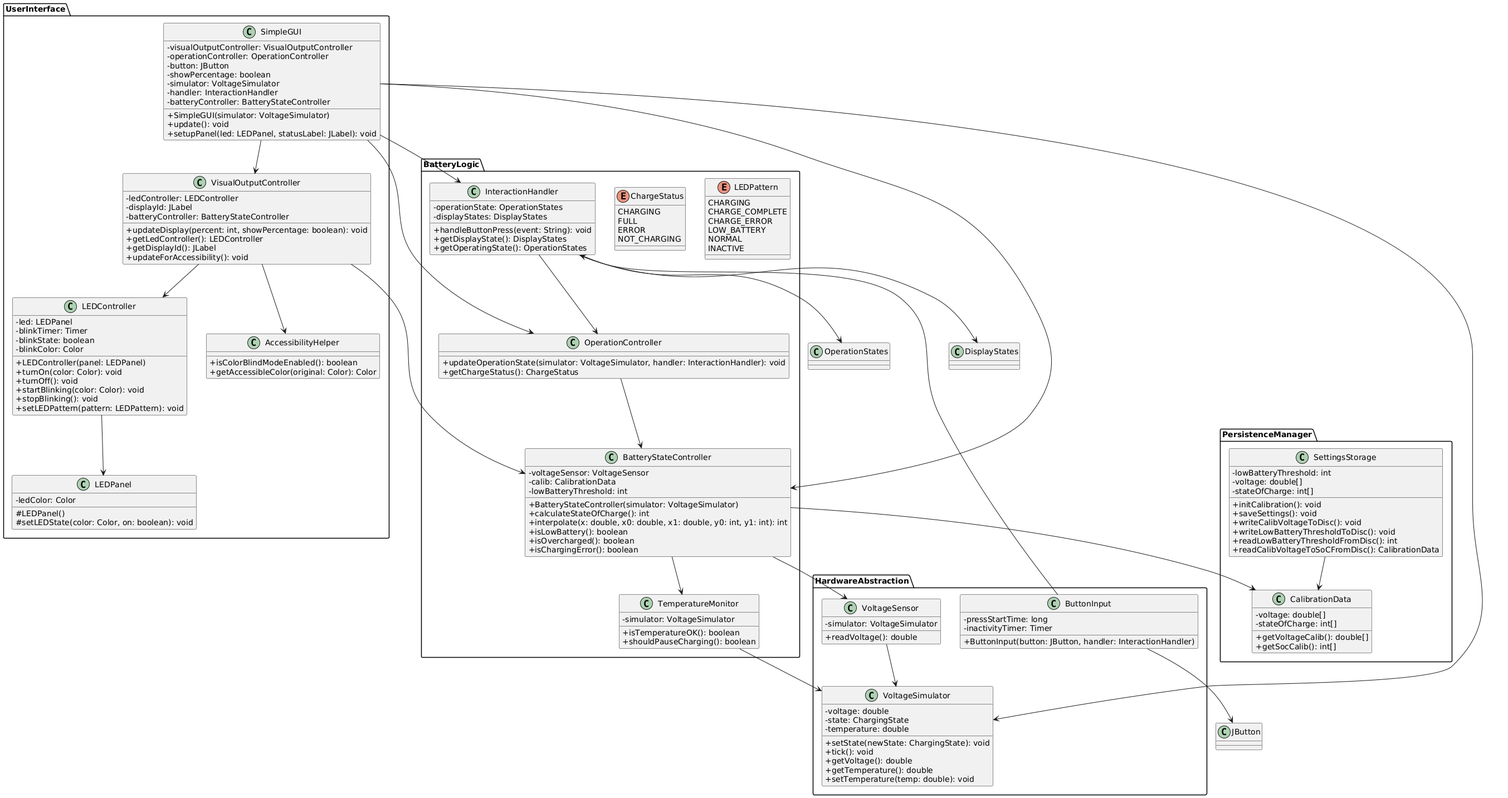
Above: docs/referenziert/Design/Klassendiagramm_2.png in Arutogerudo/Batteriestandskontrolle_Rasierer (PlantUML), before the change. Its diagram source:
```plantuml
@startuml
skinparam classAttributeIconSize 0

package UserInterface {
  class VisualOutputController {
    - ledController: LEDController
    - displayId: JLabel
    - batteryController: BatteryStateController
    + updateDisplay(percent: int, showPercentage: boolean): void
    + getLedController(): LEDController
    + getDisplayId(): JLabel
    + updateForAccessibility(): void
  }

  class LEDController {
    - led: LEDPanel
    - blinkTimer: Timer
    - blinkState: boolean
    - blinkColor: Color
    + LEDController(panel: LEDPanel)
    + turnOn(color: Color): void
    + turnOff(): void
    + startBlinking(color: Color): void
    + stopBlinking(): void
    + setLEDPattern(pattern: LEDPattern): void
  }

  class LEDPanel {
    - ledColor: Color
    # LEDPanel()
    # setLEDState(color: Color, on: boolean): void
  }

  class SimpleGUI {
    - visualOutputController: VisualOutputController
    - operationController: OperationController
    - button: JButton
    - showPercentage: boolean
    - simulator: VoltageSimulator
    - handler: InteractionHandler
    - batteryController: BatteryStateController
    + SimpleGUI(simulator: VoltageSimulator)
    + update(): void
    + setupPanel(led: LEDPanel, statusLabel: JLabel): void
  }

  class AccessibilityHelper {
    + isColorBlindModeEnabled(): boolean
    + getAccessibleColor(original: Color): Color
  }
}

package BatteryLogic {
  class InteractionHandler {
    - operationState: OperationStates
    - displayStates: DisplayStates
    + handleButtonPress(event: String): void
    + getDisplayState(): DisplayStates
    + getOperatingState(): OperationStates
  }

  class OperationController {
    + updateOperationState(simulator: VoltageSimulator, handler: InteractionHandler): void
    + getChargeStatus(): ChargeStatus
  }

  class BatteryStateController {
    - voltageSensor: VoltageSensor
    - calib: CalibrationData
    - lowBatteryThreshold: int
    + BatteryStateController(simulator: VoltageSimulator)
    + calculateStateOfCharge(): int
    + interpolate(x: double, x0: double, x1: double, y0: int, y1: int): int
    + isLowBattery(): boolean
    + isOvercharged(): boolean
    + isChargingError(): boolean
  }

  class TemperatureMonitor {
    - simulator: VoltageSimulator
    + isTemperatureOK(): boolean
    + shouldPauseCharging(): boolean
  }

  enum ChargeStatus {
    CHARGING
    FULL
    ERROR
    NOT_CHARGING
  }

  enum LEDPattern {
    CHARGING
    CHARGE_COMPLETE
    CHARGE_ERROR
    LOW_BATTERY
    NORMAL
    INACTIVE
  }
}

package HardwareAbstraction {
  class VoltageSensor {
    - simulator: VoltageSimulator
    + readVoltage(): double
  }

  class ButtonInput {
    - pressStartTime: long
    - inactivityTimer: Timer
    + ButtonInput(button: JButton, handler: InteractionHandler)
  }

  class VoltageSimulator {
    - voltage: double
    - state: ChargingState
    - temperature: double
    + setState(newState: ChargingState): void
    + tick(): void
    + getVoltage(): double
    + getTemperature(): double
    + setTemperature(temp: double): void
  }
}

package PersistenceManager {
  class SettingsStorage {
    - lowBatteryThreshold: int
    - voltage: double[]
    - stateOfCharge: int[]
    + initCalibration(): void
    + saveSettings(): void
    + writeCalibVoltageToDisc(): void
    + writeLowBatteryThresholdToDisc(): void
    + readLowBatteryThresholdFromDisc(): int
    + readCalibVoltageToSoCFromDisc(): CalibrationData
  }

  class CalibrationData {
    - voltage: double[]
    - stateOfCharge: int[]
    + getVoltageCalib(): double[]
    + getSocCalib(): int[]
  }
}

VisualOutputController --> LEDController
VisualOutputController --> BatteryStateController
VisualOutputController --> AccessibilityHelper
SimpleGUI --> VisualOutputController
SimpleGUI --> OperationController
SimpleGUI --> BatteryStateController
SimpleGUI --> InteractionHandler
SimpleGUI --> VoltageSimulator

LEDController --> LEDPanel
BatteryStateController --> VoltageSensor
BatteryStateController --> CalibrationData
BatteryStateController --> TemperatureMonitor
OperationController --> BatteryStateController
InteractionHandler --> OperationController
InteractionHandler --> DisplayStates
InteractionHandler --> OperationStates

VoltageSensor --> VoltageSimulator
TemperatureMonitor --> VoltageSimulator
ButtonInput --> InteractionHandler
ButtonInput --> JButton

SettingsStorage --> CalibrationData
@enduml
```
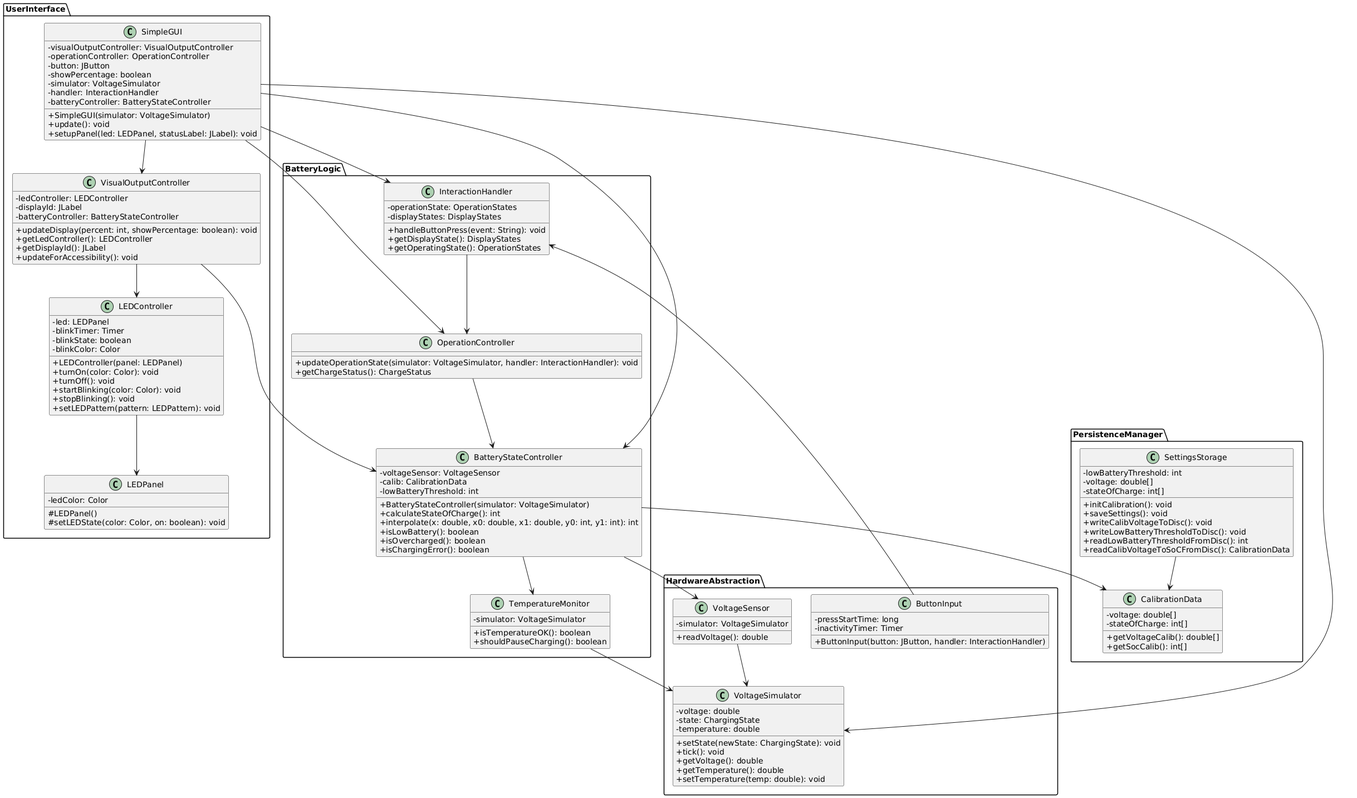
Above is the later version.

Commit message:
Sprint 2 Design Kleine Änderungen im Klassendiagramm (enums raus, Beziehungen angepasst)

The edit, as a diff of the source:
```diff
@@ -43,11 +43,6 @@
     + update(): void
     + setupPanel(led: LEDPanel, statusLabel: JLabel): void
   }
-
-  class AccessibilityHelper {
-    + isColorBlindModeEnabled(): boolean
-    + getAccessibleColor(original: Color): Color
-  }
 }
 
 package BatteryLogic {
@@ -80,22 +75,6 @@
     - simulator: VoltageSimulator
     + isTemperatureOK(): boolean
     + shouldPauseCharging(): boolean
-  }
-
-  enum ChargeStatus {
-    CHARGING
-    FULL
-    ERROR
-    NOT_CHARGING
-  }
-
-  enum LEDPattern {
-    CHARGING
-    CHARGE_COMPLETE
-    CHARGE_ERROR
-    LOW_BATTERY
-    NORMAL
-    INACTIVE
   }
 }
 
@@ -146,7 +125,6 @@
 
 VisualOutputController --> LEDController
 VisualOutputController --> BatteryStateController
-VisualOutputController --> AccessibilityHelper
 SimpleGUI --> VisualOutputController
 SimpleGUI --> OperationController
 SimpleGUI --> BatteryStateController
@@ -159,13 +137,10 @@
 BatteryStateController --> TemperatureMonitor
 OperationController --> BatteryStateController
 InteractionHandler --> OperationController
-InteractionHandler --> DisplayStates
-InteractionHandler --> OperationStates
 
 VoltageSensor --> VoltageSimulator
 TemperatureMonitor --> VoltageSimulator
 ButtonInput --> InteractionHandler
-ButtonInput --> JButton
 
 SettingsStorage --> CalibrationData
 @enduml
```
